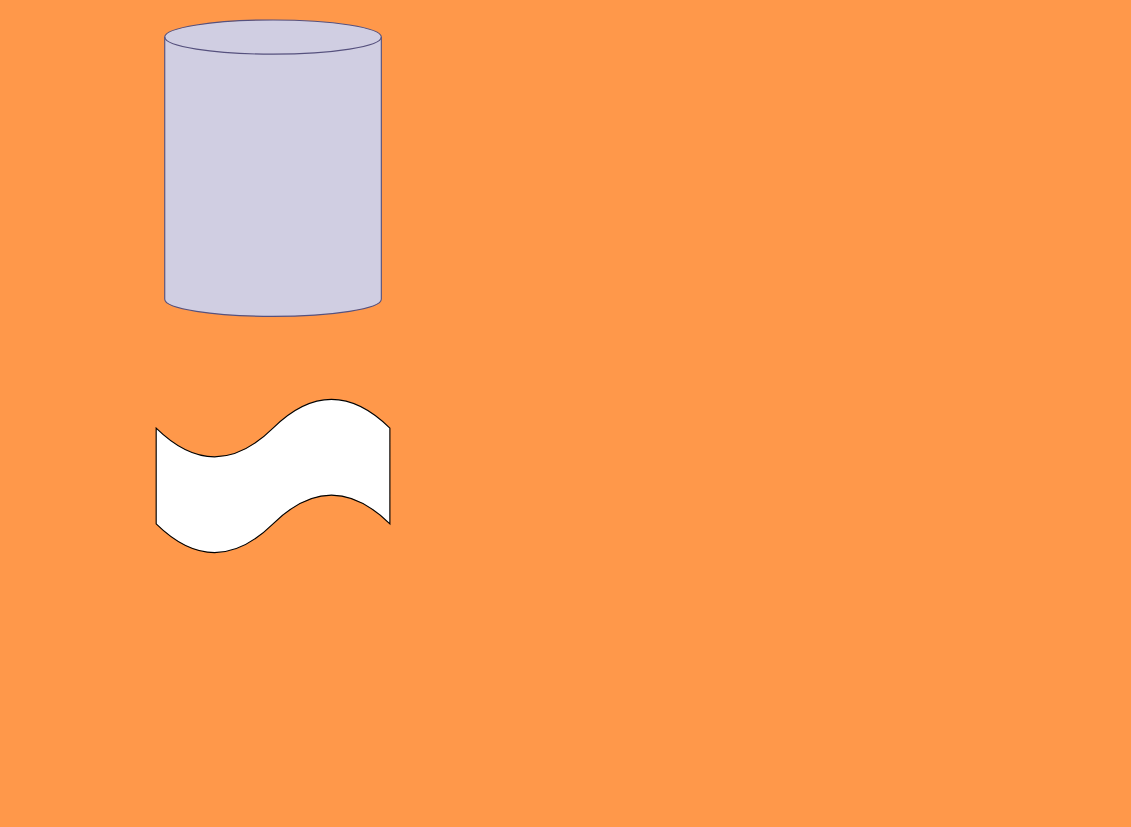
Above: Oracle.drawio in Yaozongbin0828/UMLetDraw (draw.io), before the change. Source tidied: cells renumbered, new cells numbered last; positions are measured from the earlier drawing's top-left corner, leaving out a move shared by most shapes. Both pictures are drawn from the tidied source at 114%, with x=0, y=0 at pixel (155, 19).
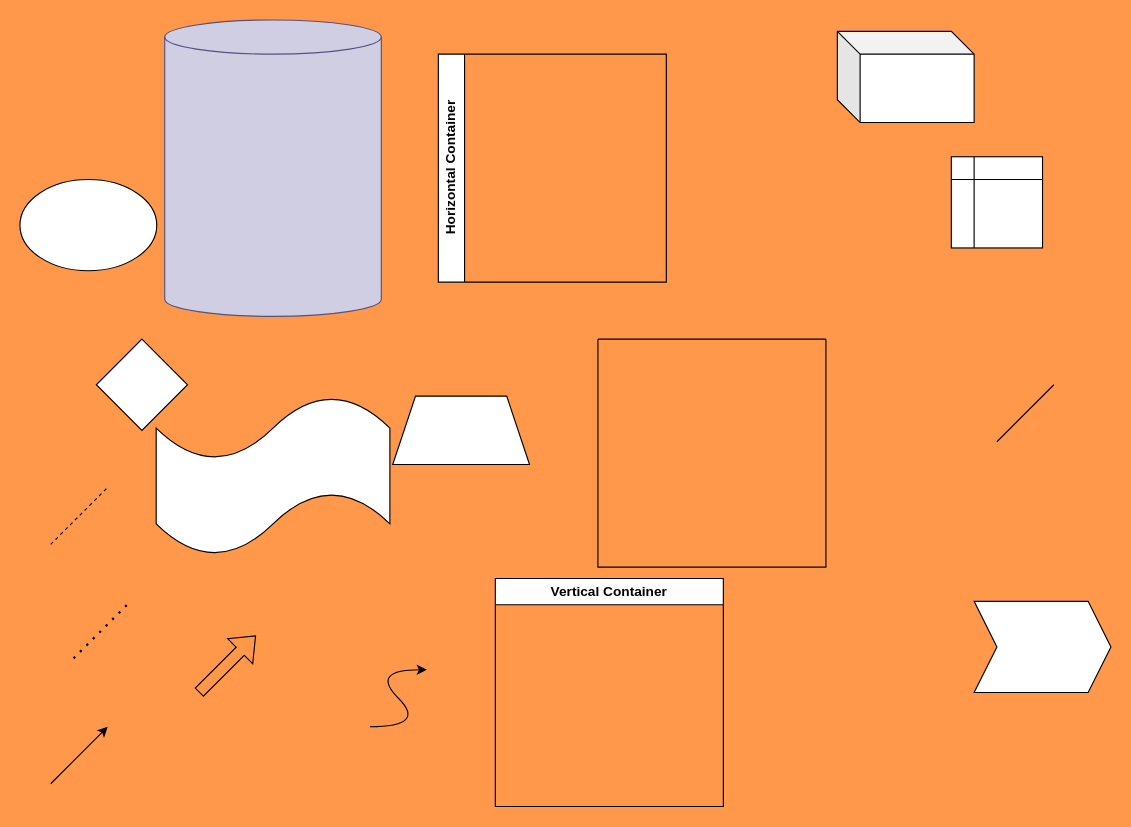
The same page after the edit.

The edit, as a diff of the source:
```diff
@@
+    <mxCell id="4" value="Horizontal Container" style="swimlane;horizontal=0;whiteSpace=wrap;html=1;" parent="1" vertex="1">
+      <mxGeometry x="248" y="30" width="200" height="200" as="geometry" />
+    </mxCell>
+    <mxCell id="5" style="rhombus;whiteSpace=wrap;html=1;" parent="1" vertex="1">
+      <mxGeometry x="-52" y="280" width="80" height="80" as="geometry" />
+    </mxCell>
+    <mxCell id="6" style="ellipse;whiteSpace=wrap;html=1;" parent="1" vertex="1">
+      <mxGeometry x="-119" y="140" width="120" height="80" as="geometry" />
+    </mxCell>
+    <mxCell id="7" style="shape=flexArrow;endArrow=classic;html=1;rounded=0;" parent="1" edge="1">
+      <mxGeometry relative="1" as="geometry">
+        <mxPoint x="38" y="590" as="sourcePoint" />
+        <mxPoint x="88" y="540" as="targetPoint" />
+      </mxGeometry>
+    </mxCell>
+    <mxCell id="8" style="swimlane;startSize=0;" parent="1" vertex="1">
+      <mxGeometry x="388" y="280" width="200" height="200" as="geometry" />
+    </mxCell>
+    <mxCell id="9" style="shape=trapezoid;perimeter=trapezoidPerimeter;whiteSpace=wrap;html=1;fixedSize=1;" parent="1" vertex="1">
+      <mxGeometry x="208" y="330" width="120" height="60" as="geometry" />
+    </mxCell>
+    <mxCell id="10" style="shape=internalStorage;whiteSpace=wrap;html=1;backgroundOutline=1;" parent="1" vertex="1">
+      <mxGeometry x="698" y="120" width="80" height="80" as="geometry" />
+    </mxCell>
+    <mxCell id="11" style="shape=cube;whiteSpace=wrap;html=1;boundedLbl=1;backgroundOutline=1;darkOpacity=0.05;darkOpacity2=0.1;" parent="1" vertex="1">
+      <mxGeometry x="598" y="10" width="120" height="80" as="geometry" />
+    </mxCell>
+    <mxCell id="12" style="shape=step;perimeter=stepPerimeter;whiteSpace=wrap;html=1;fixedSize=1;" parent="1" vertex="1">
+      <mxGeometry x="718" y="510" width="120" height="80" as="geometry" />
+    </mxCell>
+    <mxCell id="13" value="Vertical Container" style="swimlane;whiteSpace=wrap;html=1;" parent="1" vertex="1">
+      <mxGeometry x="298" y="490" width="200" height="200" as="geometry" />
+    </mxCell>
+    <mxCell id="14" style="endArrow=none;html=1;rounded=0;" parent="1" edge="1">
+      <mxGeometry relative="1" as="geometry">
+        <mxPoint x="738" y="370" as="sourcePoint" />
+        <mxPoint x="788" y="320" as="targetPoint" />
+      </mxGeometry>
+    </mxCell>
+    <mxCell id="15" style="endArrow=none;dashed=1;html=1;dashPattern=1 3;strokeWidth=2;rounded=0;" parent="1" edge="1">
+      <mxGeometry relative="1" as="geometry">
+        <mxPoint x="-72" y="560" as="sourcePoint" />
+        <mxPoint x="-22" y="510" as="targetPoint" />
+      </mxGeometry>
+    </mxCell>
+    <mxCell id="16" style="endArrow=none;dashed=1;html=1;rounded=0;" parent="1" edge="1">
+      <mxGeometry relative="1" as="geometry">
+        <mxPoint x="-92" y="460" as="sourcePoint" />
+        <mxPoint x="-42" y="410" as="targetPoint" />
+      </mxGeometry>
+    </mxCell>
+    <mxCell id="17" style="curved=1;endArrow=classic;html=1;rounded=0;" parent="1" edge="1">
+      <mxGeometry relative="1" as="geometry">
+        <mxPoint x="188" y="620" as="sourcePoint" />
+        <mxPoint x="238" y="570" as="targetPoint" />
+        <Array as="points">
+          <mxPoint x="238" y="620" />
+          <mxPoint x="188" y="570" />
+        </Array>
+      </mxGeometry>
+    </mxCell>
+    <mxCell id="18" style="endArrow=classic;html=1;rounded=0;" parent="1" edge="1">
+      <mxGeometry relative="1" as="geometry">
+        <mxPoint x="-92" y="670" as="sourcePoint" />
+        <mxPoint x="-42" y="620" as="targetPoint" />
+      </mxGeometry>
+    </mxCell>
```
